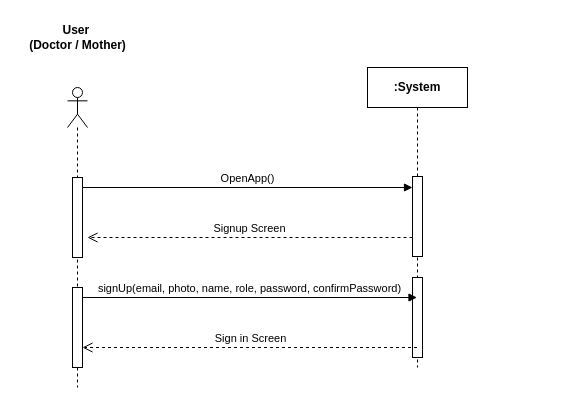
kswork859/IoT-Mother-Fetus-Health-Monitoring keeps this draw.io diagram as page "SignUp" (2 of 16) of Documentations/Diagrams and Other Stuff/All SSD.drawio. Above is the earlier version. Source tidied: cells renumbered, new cells numbered last; positions are measured from the earlier drawing's top-left corner, leaving out a move shared by most shapes. Both pictures are drawn from the tidied source at 100%, with x=0, y=0 at pixel (17, 17).
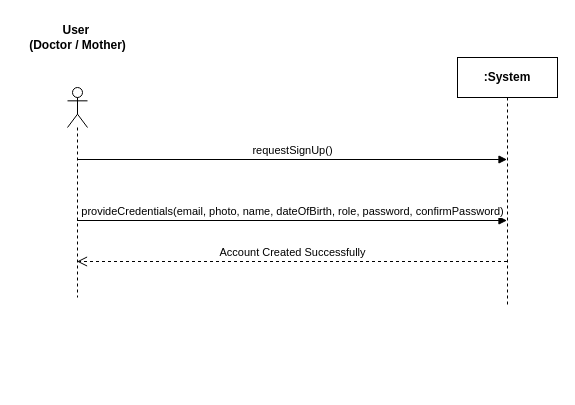
After the change.

The edit, as a diff of the source:
```diff
@@
 <mxGraphModel>
   <root>
     <mxCell id="0" />
     <mxCell id="1" parent="0" />
     <mxCell id="2" value="&lt;b&gt;:System&lt;/b&gt;" style="shape=umlLifeline;perimeter=lifelinePerimeter;whiteSpace=wrap;html=1;outlineConnect=0;portConstraint=eastwest;newEdgeStyle={&quot;curved&quot;:0,&quot;rounded&quot;:0};" parent="1" vertex="1">
-      <mxGeometry x="350" y="50" width="100" height="300" as="geometry" />
+      <mxGeometry x="440" y="40" width="100" height="250" as="geometry" />
     </mxCell>
-    <mxCell id="3" style="html=1;perimeter=orthogonalPerimeter;targetShapes=umlLifeline;newEdgeStyle={&quot;curved&quot;:0,&quot;rounded&quot;:0};" parent="2" vertex="1">
-      <mxGeometry x="45" y="210" width="10" height="80" as="geometry" />
-    </mxCell>
-    <mxCell id="4" style="html=1;points=[[0,0,0,0,5],[0,1,0,0,-5],[1,0,0,0,5],[1,1,0,0,-5]];perimeter=orthogonalPerimeter;outlineConnect=0;targetShapes=umlLifeline;portConstraint=eastwest;newEdgeStyle={&quot;curved&quot;:0,&quot;rounded&quot;:0};" parent="2" vertex="1">
-      <mxGeometry x="45" y="109" width="10" height="80" as="geometry" />
-    </mxCell>
     <mxCell id="5" style="shape=umlLifeline;perimeter=lifelinePerimeter;whiteSpace=wrap;html=1;newEdgeStyle={&quot;curved&quot;:0,&quot;rounded&quot;:0};participant=umlActor;" parent="1" vertex="1">
-      <mxGeometry x="50" y="70" width="20" height="300" as="geometry" />
+      <mxGeometry x="50" y="70" width="20" height="210" as="geometry" />
     </mxCell>
-    <mxCell id="6" style="html=1;perimeter=orthogonalPerimeter;targetShapes=umlLifeline;newEdgeStyle={&quot;curved&quot;:0,&quot;rounded&quot;:0};" parent="5" vertex="1">
-      <mxGeometry x="5" y="200" width="10" height="80" as="geometry" />
-    </mxCell>
-    <mxCell id="7" value="OpenApp()" style="html=1;verticalAlign=bottom;endArrow=block;curved=0;rounded=0;" parent="1" edge="1">
+    <mxCell id="7" value="requestSignUp()" style="html=1;verticalAlign=bottom;endArrow=block;curved=0;rounded=0;" parent="1" edge="1" target="2">
       <mxGeometry relative="1" as="geometry">
-        <mxPoint x="65" y="170" as="sourcePoint" />
-        <mxPoint x="395" y="170" as="targetPoint" />
+        <mxPoint x="59.5" y="142" as="sourcePoint" />
       </mxGeometry>
     </mxCell>
-    <mxCell id="8" value="Signup Screen" style="html=1;verticalAlign=bottom;endArrow=open;dashed=1;endSize=8;curved=0;rounded=0;" parent="1" edge="1" source="4">
-      <mxGeometry relative="1" as="geometry">
-        <mxPoint x="70" y="220" as="targetPoint" />
-      </mxGeometry>
-    </mxCell>
     <mxCell id="9" value="&lt;b&gt;User&amp;nbsp;&lt;/b&gt;&lt;div&gt;&lt;b&gt;(Doctor / Mother)&lt;/b&gt;&lt;/div&gt;" style="text;html=1;align=center;verticalAlign=middle;strokeColor=none;fillColor=none;" parent="1" vertex="1">
       <mxGeometry width="120" height="40" as="geometry" />
     </mxCell>
-    <mxCell id="10" style="html=1;perimeter=orthogonalPerimeter;targetShapes=umlLifeline;newEdgeStyle={&quot;curved&quot;:0,&quot;rounded&quot;:0};" parent="1" vertex="1">
-      <mxGeometry x="55" y="160" width="10" height="80" as="geometry" />
-    </mxCell>
-    <mxCell id="11" value="signUp(email, photo, name, role, password, confirmPassword)" style="html=1;verticalAlign=bottom;endArrow=block;curved=0;rounded=0;" parent="1" edge="1" target="2">
+    <mxCell id="11" value="provideCredentials(email, photo, name, dateOfBirth, role, password, confirmPassword)" style="html=1;verticalAlign=bottom;endArrow=block;curved=0;rounded=0;" parent="1" edge="1" target="2">
       <mxGeometry relative="1" as="geometry">
-        <mxPoint x="65" y="280" as="sourcePoint" />
+        <mxPoint x="59.5" y="203" as="sourcePoint" />
       </mxGeometry>
     </mxCell>
-    <mxCell id="12" value="Sign in Screen" style="html=1;verticalAlign=bottom;endArrow=open;dashed=1;endSize=8;curved=0;rounded=0;" parent="1" edge="1">
+    <mxCell id="12" value="Account Created Successfully" style="html=1;verticalAlign=bottom;endArrow=open;dashed=1;endSize=8;curved=0;rounded=0;" parent="1" edge="1">
       <mxGeometry relative="1" as="geometry">
-        <mxPoint x="399.5" y="330" as="sourcePoint" />
-        <mxPoint x="65" y="330" as="targetPoint" />
+        <mxPoint x="489.5" y="244" as="sourcePoint" />
+        <mxPoint x="59.5" y="244" as="targetPoint" />
       </mxGeometry>
     </mxCell>
   </root>
 </mxGraphModel>
```
